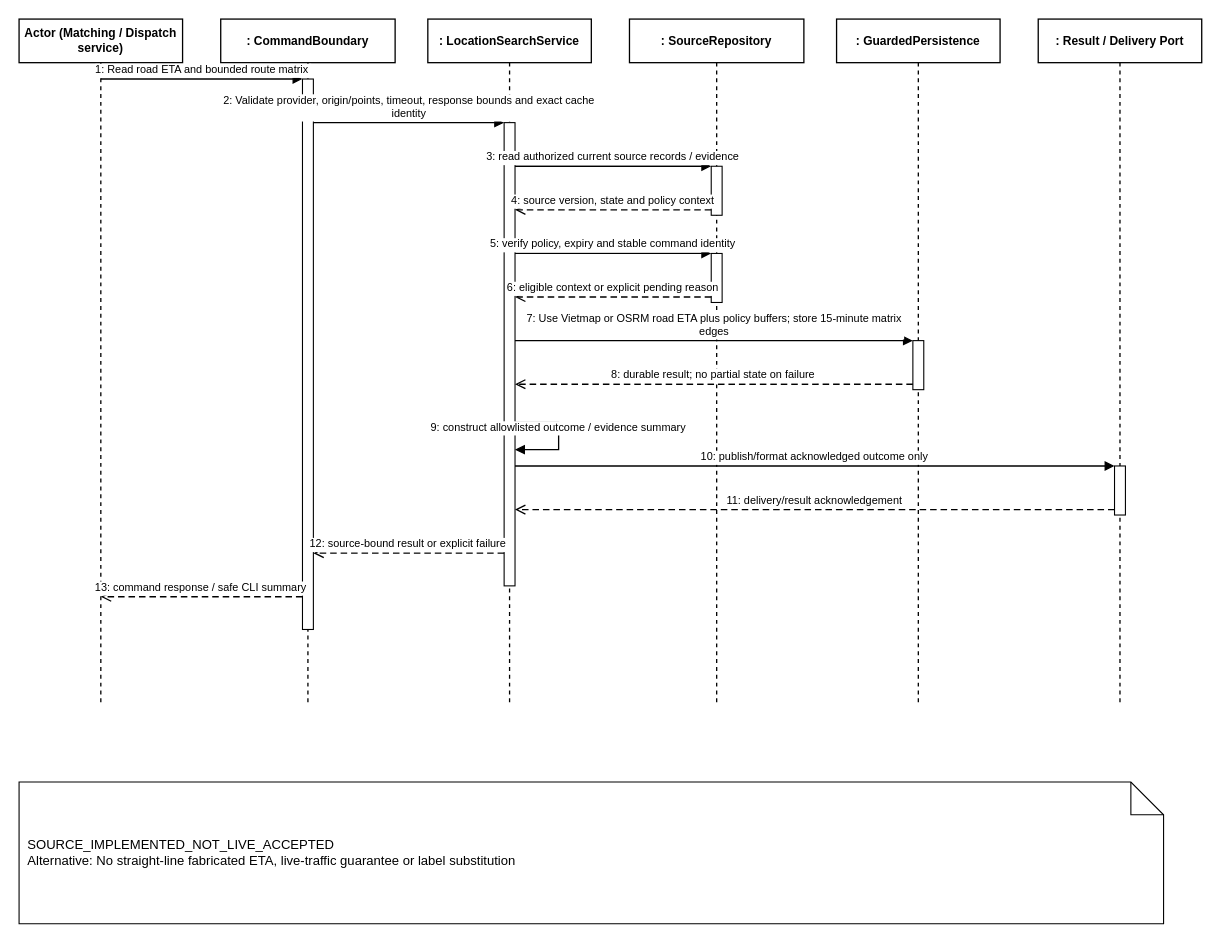
Before: doc/reports/report4/sequence/map-02.drawio in ngocthanhhx7/SEP490_G101_FALL2026, a draw.io diagram. Source tidied: cells renumbered, new cells numbered last; positions are measured from the earlier drawing's top-left corner, leaving out a move shared by most shapes. Both pictures are drawn from the tidied source at 109%, with x=0, y=0 at pixel (19, 19).
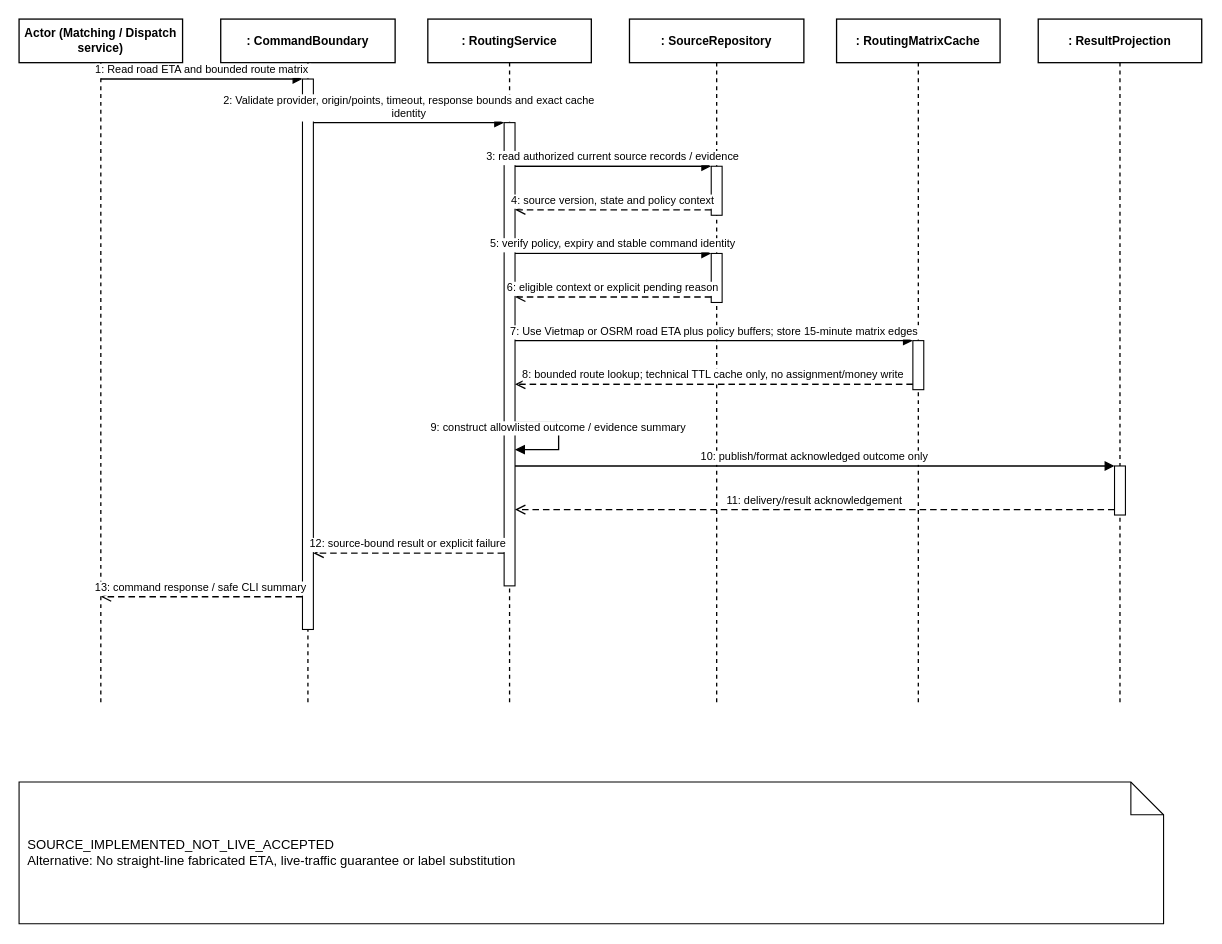
The same diagram, later.

Change to the diagram source:
```diff
@@
-    <mxCell id="4" value=": LocationSearchService" style="shape=umlLifeline;perimeter=lifelinePerimeter;whiteSpace=wrap;html=0;size=40;fillColor=#FFFFFF;strokeColor=#000000;strokeWidth=1.2;fontStyle=1;fontSize=11;align=center;" parent="1" vertex="1">
+    <mxCell id="4" value=": RoutingService" style="shape=umlLifeline;perimeter=lifelinePerimeter;whiteSpace=wrap;html=0;size=40;fillColor=#FFFFFF;strokeColor=#000000;strokeWidth=1.2;fontStyle=1;fontSize=11;align=center;" parent="1" vertex="1">
       <mxGeometry x="375" width="150" height="630" as="geometry" />
     </mxCell>
@@
-    <mxCell id="6" value=": GuardedPersistence" style="shape=umlLifeline;perimeter=lifelinePerimeter;whiteSpace=wrap;html=0;size=40;fillColor=#FFFFFF;strokeColor=#000000;strokeWidth=1.2;fontStyle=1;fontSize=11;align=center;" parent="1" vertex="1">
+    <mxCell id="6" value=": RoutingMatrixCache" style="shape=umlLifeline;perimeter=lifelinePerimeter;whiteSpace=wrap;html=0;size=40;fillColor=#FFFFFF;strokeColor=#000000;strokeWidth=1.2;fontStyle=1;fontSize=11;align=center;" parent="1" vertex="1">
       <mxGeometry x="750" width="150" height="630" as="geometry" />
     </mxCell>
-    <mxCell id="7" value=": Result / Delivery Port" style="shape=umlLifeline;perimeter=lifelinePerimeter;whiteSpace=wrap;html=0;size=40;fillColor=#FFFFFF;strokeColor=#000000;strokeWidth=1.2;fontStyle=1;fontSize=11;align=center;" parent="1" vertex="1">
+    <mxCell id="7" value=": ResultProjection" style="shape=umlLifeline;perimeter=lifelinePerimeter;whiteSpace=wrap;html=0;size=40;fillColor=#FFFFFF;strokeColor=#000000;strokeWidth=1.2;fontStyle=1;fontSize=11;align=center;" parent="1" vertex="1">
       <mxGeometry x="935" width="150" height="630" as="geometry" />
     </mxCell>
@@
-    <mxCell id="20" value="7: Use Vietmap or OSRM road ETA plus policy buffers; store 15-minute matrix&#10;edges" style="html=0;verticalAlign=bottom;endArrow=block;endFill=1;strokeColor=#000000;strokeWidth=1.2;fontSize=10;fontColor=#000000;edgeStyle=orthogonalEdgeStyle;rounded=0;" parent="1" edge="1">
+    <mxCell id="20" value="7: Use Vietmap or OSRM road ETA plus policy buffers; store 15-minute matrix edges" style="html=0;verticalAlign=bottom;endArrow=block;endFill=1;strokeColor=#000000;strokeWidth=1.2;fontSize=10;fontColor=#000000;edgeStyle=orthogonalEdgeStyle;rounded=0;" parent="1" edge="1">
       <mxGeometry relative="1" as="geometry">
         <mxPoint x="455" y="295" as="sourcePoint" />
         <mxPoint x="820" y="295" as="targetPoint" />
       </mxGeometry>
     </mxCell>
-    <mxCell id="21" value="8: durable result; no partial state on failure" style="html=0;verticalAlign=bottom;endArrow=open;endSize=7;dashed=1;dashPattern=5 3;strokeColor=#000000;strokeWidth=1.2;fontSize=10;fontColor=#000000;edgeStyle=orthogonalEdgeStyle;rounded=0;" parent="1" edge="1">
+    <mxCell id="21" value="8: bounded route lookup; technical TTL cache only, no assignment/money write" style="html=0;verticalAlign=bottom;endArrow=open;endSize=7;dashed=1;dashPattern=5 3;strokeColor=#000000;strokeWidth=1.2;fontSize=10;fontColor=#000000;edgeStyle=orthogonalEdgeStyle;rounded=0;" parent="1" edge="1">
       <mxGeometry relative="1" as="geometry">
         <mxPoint x="820" y="335" as="sourcePoint" />
         <mxPoint x="455" y="335" as="targetPoint" />
       </mxGeometry>
     </mxCell>
```
